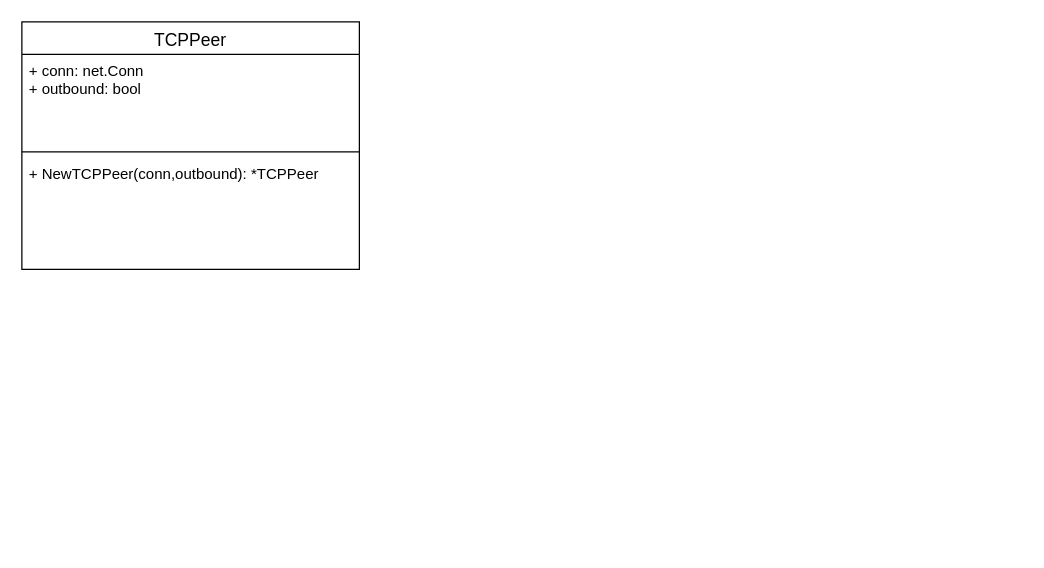
The draw.io diagram Untitled Diagram.drawio in ThisaraWeerakoon/Distributed_File_System, before the edit. Source tidied: cells renumbered, new cells numbered last; positions are measured from the earlier drawing's top-left corner, leaving out a move shared by most shapes. Both pictures are drawn from the tidied source at 125%, with x=0, y=0 at pixel (21, 21).
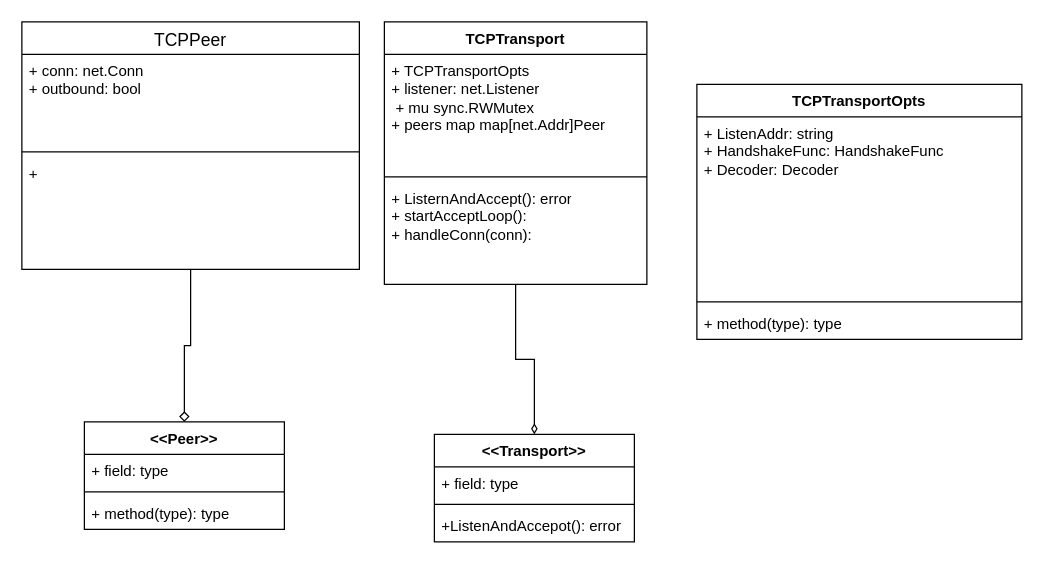
Above is the later version.

Commit message:
added Peer and Transport interfaces to the diagram

Unchanged cells that the change refers to:
```xml
<mxCell id="2" value="&lt;span style=&quot;font-size: 14px; font-weight: 400;&quot;&gt;TCPPeer&lt;/span&gt;" style="swimlane;fontStyle=1;align=center;verticalAlign=top;horizontal=1;startSize=26;whiteSpace=wrap;html=1;" parent="1" vertex="1">
  <mxGeometry width="270" height="198" as="geometry" />
</mxCell>
```

What changed in the source:
```diff
@@
+    <mxCell id="6" style="edgeStyle=orthogonalEdgeStyle;rounded=0;jettySize=auto;html=1;entryX=0.5;entryY=0;entryDx=0;entryDy=0;endArrow=diamond;endFill=0;" parent="1" edge="1" source="2" target="16">
+      <mxGeometry relative="1" as="geometry" />
+    </mxCell>
@@
-    <mxCell id="5" value="+ NewTCPPeer(conn,outbound): *TCPPeer" style="text;strokeColor=none;fillColor=none;align=left;verticalAlign=top;spacingLeft=4;spacingRight=4;overflow=hidden;whiteSpace=wrap;html=1;" parent="2" vertex="1">
+    <mxCell id="5" value="&lt;div&gt;+&amp;nbsp;&lt;/div&gt;" style="text;strokeColor=none;fillColor=none;align=left;verticalAlign=top;spacingLeft=4;spacingRight=4;overflow=hidden;whiteSpace=wrap;html=1;" parent="2" vertex="1">
       <mxGeometry y="108" width="270" height="90" as="geometry" />
     </mxCell>
+    <mxCell id="7" style="edgeStyle=orthogonalEdgeStyle;rounded=0;jettySize=auto;html=1;entryX=0.5;entryY=0;entryDx=0;entryDy=0;endArrow=diamondThin;endFill=0;" parent="1" edge="1" source="8" target="20">
+      <mxGeometry relative="1" as="geometry" />
+    </mxCell>
+    <mxCell id="8" value="TCPTransport" style="swimlane;fontStyle=1;align=center;verticalAlign=top;horizontal=1;startSize=26;whiteSpace=wrap;html=1;" parent="1" vertex="1">
+      <mxGeometry x="290" width="210" height="210" as="geometry" />
+    </mxCell>
+    <mxCell id="9" value="+ TCPTransportOpts&lt;div&gt;+ listener: net.Listener&lt;/div&gt;&lt;div&gt;&amp;nbsp;+ mu sync.RWMutex&lt;/div&gt;&lt;div&gt;+ peers map map[net.Addr]Peer&lt;/div&gt;" style="text;strokeColor=none;fillColor=none;align=left;verticalAlign=top;spacingLeft=4;spacingRight=4;overflow=hidden;whiteSpace=wrap;html=1;" parent="8" vertex="1">
+      <mxGeometry y="26" width="210" height="94" as="geometry" />
+    </mxCell>
+    <mxCell id="10" style="line;strokeWidth=1;fillColor=none;align=left;verticalAlign=middle;spacingTop=-1;spacingLeft=3;spacingRight=3;labelPosition=right;strokeColor=inherit;" parent="8" vertex="1">
+      <mxGeometry y="120" width="210" height="8" as="geometry" />
+    </mxCell>
+    <mxCell id="11" value="+ ListernAndAccept(): error&lt;div&gt;+ startAcceptLoop():&amp;nbsp;&lt;/div&gt;&lt;div&gt;+ handleConn(conn):&lt;/div&gt;&lt;div&gt;&lt;br&gt;&lt;/div&gt;" style="text;strokeColor=none;fillColor=none;align=left;verticalAlign=top;spacingLeft=4;spacingRight=4;overflow=hidden;whiteSpace=wrap;html=1;" parent="8" vertex="1">
+      <mxGeometry y="128" width="210" height="82" as="geometry" />
+    </mxCell>
+    <mxCell id="12" value="TCPTransportOpts" style="swimlane;fontStyle=1;align=center;verticalAlign=top;horizontal=1;startSize=26;whiteSpace=wrap;html=1;" parent="1" vertex="1">
+      <mxGeometry x="540" y="50" width="260" height="204" as="geometry" />
+    </mxCell>
+    <mxCell id="13" value="+ ListenAddr: string&lt;div&gt;+ HandshakeFunc: HandshakeFunc&lt;/div&gt;&lt;div&gt;+ Decoder: Decoder&lt;/div&gt;" style="text;strokeColor=none;fillColor=none;align=left;verticalAlign=top;spacingLeft=4;spacingRight=4;overflow=hidden;whiteSpace=wrap;html=1;" parent="12" vertex="1">
+      <mxGeometry y="26" width="260" height="144" as="geometry" />
+    </mxCell>
+    <mxCell id="14" style="line;strokeWidth=1;fillColor=none;align=left;verticalAlign=middle;spacingTop=-1;spacingLeft=3;spacingRight=3;labelPosition=right;strokeColor=inherit;" parent="12" vertex="1">
+      <mxGeometry y="170" width="260" height="8" as="geometry" />
+    </mxCell>
+    <mxCell id="15" value="+ method(type): type" style="text;strokeColor=none;fillColor=none;align=left;verticalAlign=top;spacingLeft=4;spacingRight=4;overflow=hidden;whiteSpace=wrap;html=1;" parent="12" vertex="1">
+      <mxGeometry y="178" width="260" height="26" as="geometry" />
+    </mxCell>
+    <mxCell id="16" value="&amp;lt;&amp;lt;Peer&amp;gt;&amp;gt;" style="swimlane;fontStyle=1;align=center;verticalAlign=top;horizontal=1;startSize=26;whiteSpace=wrap;html=1;" parent="1" vertex="1">
+      <mxGeometry x="50" y="320" width="160" height="86" as="geometry" />
+    </mxCell>
+    <mxCell id="17" value="+ field: type" style="text;strokeColor=none;fillColor=none;align=left;verticalAlign=top;spacingLeft=4;spacingRight=4;overflow=hidden;whiteSpace=wrap;html=1;" parent="16" vertex="1">
+      <mxGeometry y="26" width="160" height="26" as="geometry" />
+    </mxCell>
+    <mxCell id="18" style="line;strokeWidth=1;fillColor=none;align=left;verticalAlign=middle;spacingTop=-1;spacingLeft=3;spacingRight=3;labelPosition=right;strokeColor=inherit;" parent="16" vertex="1">
+      <mxGeometry y="52" width="160" height="8" as="geometry" />
+    </mxCell>
+    <mxCell id="19" value="+ method(type): type" style="text;strokeColor=none;fillColor=none;align=left;verticalAlign=top;spacingLeft=4;spacingRight=4;overflow=hidden;whiteSpace=wrap;html=1;" parent="16" vertex="1">
+      <mxGeometry y="60" width="160" height="26" as="geometry" />
+    </mxCell>
+    <mxCell id="20" value="&amp;lt;&amp;lt;Transport&amp;gt;&amp;gt;" style="swimlane;fontStyle=1;align=center;verticalAlign=top;horizontal=1;startSize=26;whiteSpace=wrap;html=1;" parent="1" vertex="1">
+      <mxGeometry x="330" y="330" width="160" height="86" as="geometry" />
+    </mxCell>
+    <mxCell id="21" value="+ field: type" style="text;strokeColor=none;fillColor=none;align=left;verticalAlign=top;spacingLeft=4;spacingRight=4;overflow=hidden;whiteSpace=wrap;html=1;" parent="20" vertex="1">
+      <mxGeometry y="26" width="160" height="26" as="geometry" />
+    </mxCell>
+    <mxCell id="22" style="line;strokeWidth=1;fillColor=none;align=left;verticalAlign=middle;spacingTop=-1;spacingLeft=3;spacingRight=3;labelPosition=right;strokeColor=inherit;" parent="20" vertex="1">
+      <mxGeometry y="52" width="160" height="8" as="geometry" />
+    </mxCell>
+    <mxCell id="23" value="+ListenAndAccepot(): error" style="text;strokeColor=none;fillColor=none;align=left;verticalAlign=top;spacingLeft=4;spacingRight=4;overflow=hidden;whiteSpace=wrap;html=1;" parent="20" vertex="1">
+      <mxGeometry y="60" width="160" height="26" as="geometry" />
+    </mxCell>
```
